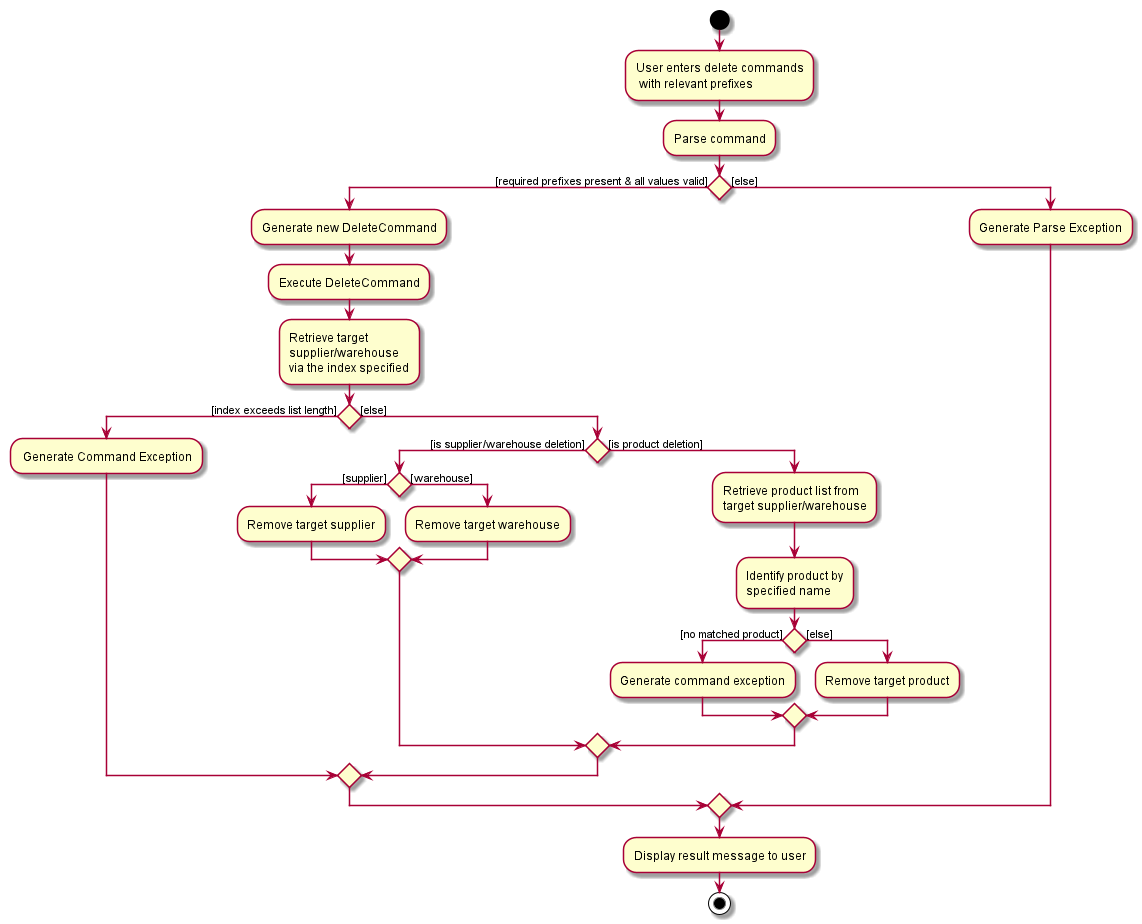
This is docs/images/DeleteCommandActivityDiagram.png from tohyuting/tp, a PlantUML export, as it was before one commit. Its diagram source:
```plantuml
@startuml
start
:User enters delete commands
 with relevant prefixes;
:Parse command;


if () then ([required prefixes present & all values valid])
    :Generate new DeleteCommand;
    :Execute DeleteCommand;
    :Retrieve target
    supplier/warehouse
    via the index specified;

    if () then ([index exceeds list length])
        : Generate Command Exception;
    else ([else])
        if () then ([is supplier/warehouse deletion])
            if () then([supplier])
            :Remove target supplier;
            else ([warehouse])
            :Remove target warehouse;
            endif
        else ([is product deletion])
            :Retrieve product list from
            target supplier/warehouse;
            :Identify product by
            specified name;

            if () then ([no matched product])
                :Generate command exception;
            else ([else])
                :Remove target product;
            endif
        endif
    endif
else ([else])
    :Generate Parse Exception;
endif
:Display result message to user;
stop
@enduml
```
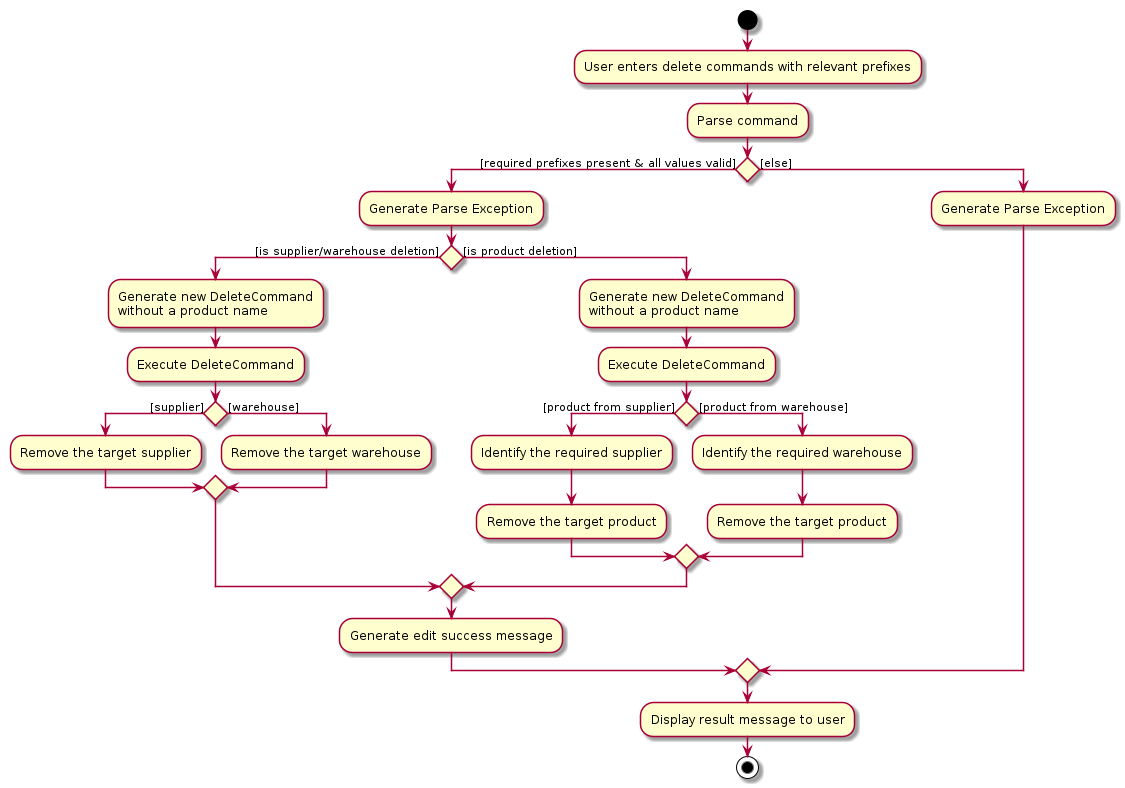
The same diagram one commit later.

Commit message:
Generate PNG images for PlantUML diagrams

Change to the diagram source:
```diff
@@ -1,39 +1,36 @@
 @startuml
 start
-:User enters delete commands
- with relevant prefixes;
+:User enters delete commands with relevant prefixes;
 :Parse command;
 
 
 if () then ([required prefixes present & all values valid])
-    :Generate new DeleteCommand;
-    :Execute DeleteCommand;
-    :Retrieve target
-    supplier/warehouse
-    via the index specified;
+    :Generate Parse Exception;
+    if () then ([is supplier/warehouse deletion])
+        :Generate new DeleteCommand
+        without a product name;
+        :Execute DeleteCommand;
 
-    if () then ([index exceeds list length])
-        : Generate Command Exception;
-    else ([else])
-        if () then ([is supplier/warehouse deletion])
-            if () then([supplier])
-            :Remove target supplier;
-            else ([warehouse])
-            :Remove target warehouse;
-            endif
-        else ([is product deletion])
-            :Retrieve product list from
-            target supplier/warehouse;
-            :Identify product by
-            specified name;
+        if () then([supplier])
+        :Remove the target supplier;
+        else ([warehouse])
+        :Remove the target warehouse;
+        endif
+    else ([is product deletion])
+        :Generate new DeleteCommand
+        without a product name;
+        :Execute DeleteCommand;
 
-            if () then ([no matched product])
-                :Generate command exception;
-            else ([else])
-                :Remove target product;
-            endif
+        if () then([product from supplier])
+            :Identify the required supplier;
+            :Remove the target product;
+        else ([product from warehouse])
+            :Identify the required warehouse;
+            :Remove the target product;
         endif
+
     endif
+        :Generate edit success message;
 else ([else])
     :Generate Parse Exception;
 endif
```
